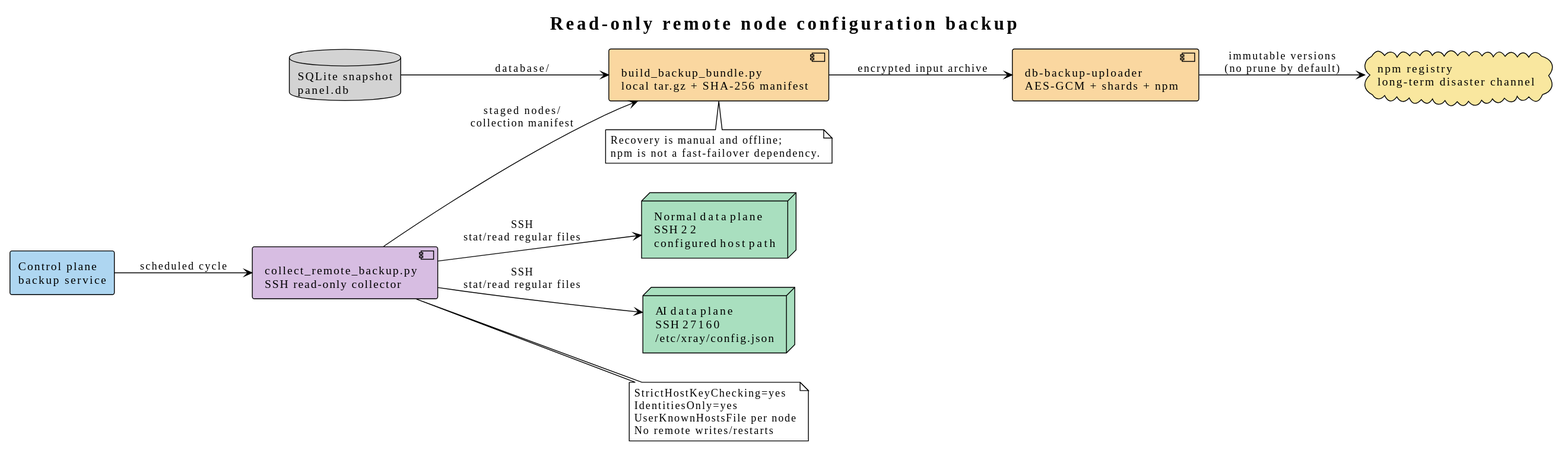
The PlantUML diagram docs/diagrams/remote-backup-flow.svg in i-zrhe2016/ai-routing-panel, before a commit.
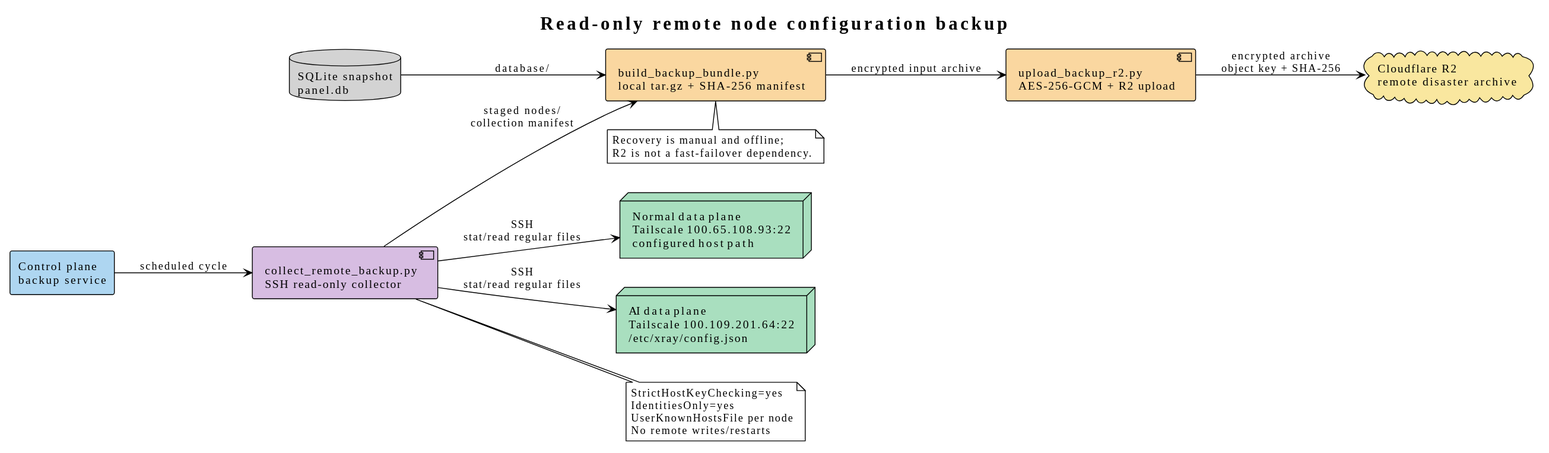
Later version of the same file.

What changed in the source:
```diff
@@ -5,11 +5,11 @@
 
 rectangle "Control plane\nbackup service" as control #AED6F1
 component "collect_remote_backup.py\nSSH read-only collector" as collector #D7BDE2
-node "Normal data plane\nSSH 22\nconfigured host path" as normal #A9DFBF
-node "AI data plane\nSSH 27160\n/etc/xray/config.json" as ai #A9DFBF
+node "Normal data plane\nTailscale 100.65.108.93:22\nconfigured host path" as normal #A9DFBF
+node "AI data plane\nTailscale 100.109.201.64:22\n/etc/xray/config.json" as ai #A9DFBF
 component "build_backup_bundle.py\nlocal tar.gz + SHA-256 manifest" as bundle #FAD7A0
-component "db-backup-uploader\nAES-GCM + shards + npm" as uploader #FAD7A0
-cloud "npm registry\nlong-term disaster channel" as npm #F9E79F
+component "upload_backup_r2.py\nAES-256-GCM + R2 upload" as uploader #FAD7A0
+cloud "Cloudflare R2\nremote disaster archive" as r2 #F9E79F
 database "SQLite snapshot\npanel.db" as db #D3D3D3
 
 control --> collector : scheduled cycle
@@ -18,7 +18,7 @@
 collector --> bundle : staged nodes/\ncollection manifest
 db --> bundle : database/
 bundle --> uploader : encrypted input archive
-uploader --> npm : immutable versions\n(no prune by default)
+uploader --> r2 : encrypted archive\nobject key + SHA-256
 
 note right of collector
   StrictHostKeyChecking=yes
@@ -29,6 +29,6 @@
 
 note bottom of bundle
   Recovery is manual and offline;
-  npm is not a fast-failover dependency.
+  R2 is not a fast-failover dependency.
 end note
 @enduml
```
